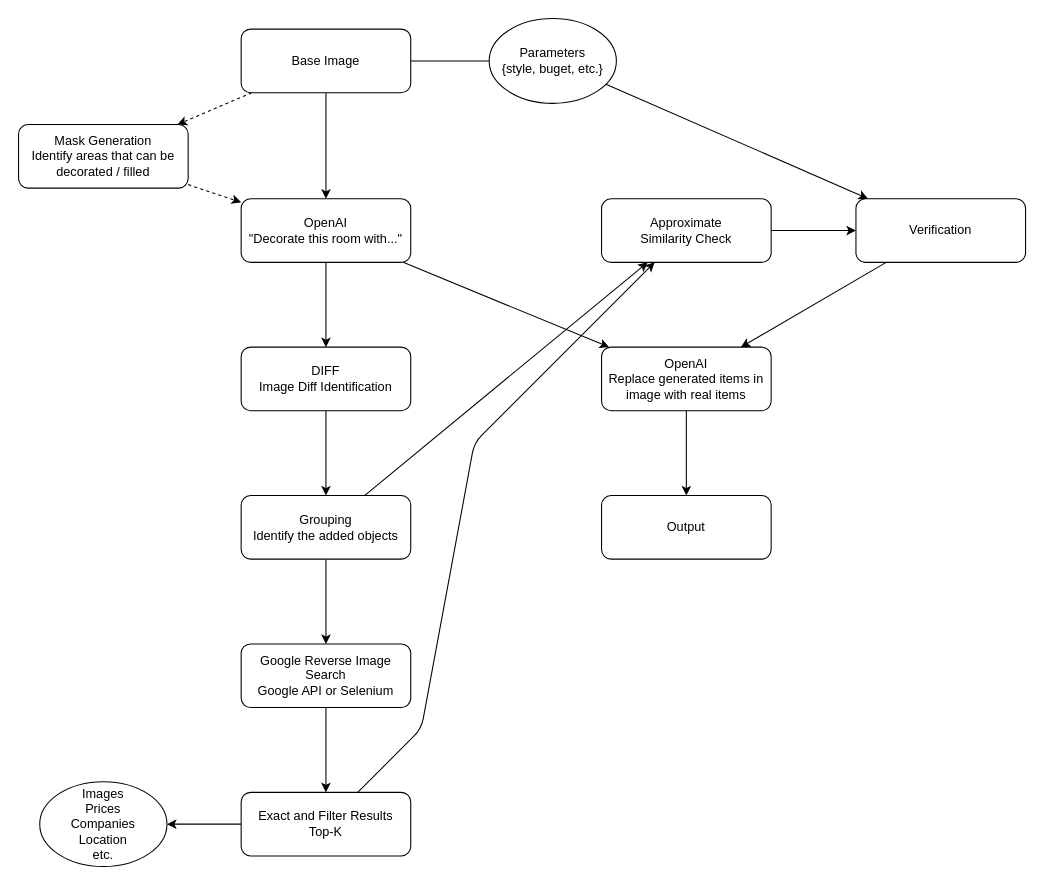
Above: diagrams/prototype1.drawio in iiisong/reModel (draw.io), before the change. Source tidied: cells renumbered, new cells numbered last; positions are measured from the earlier drawing's top-left corner, leaving out a move shared by most shapes. Both pictures are drawn from the tidied source at 106%, with x=0, y=0 at pixel (18, 18).
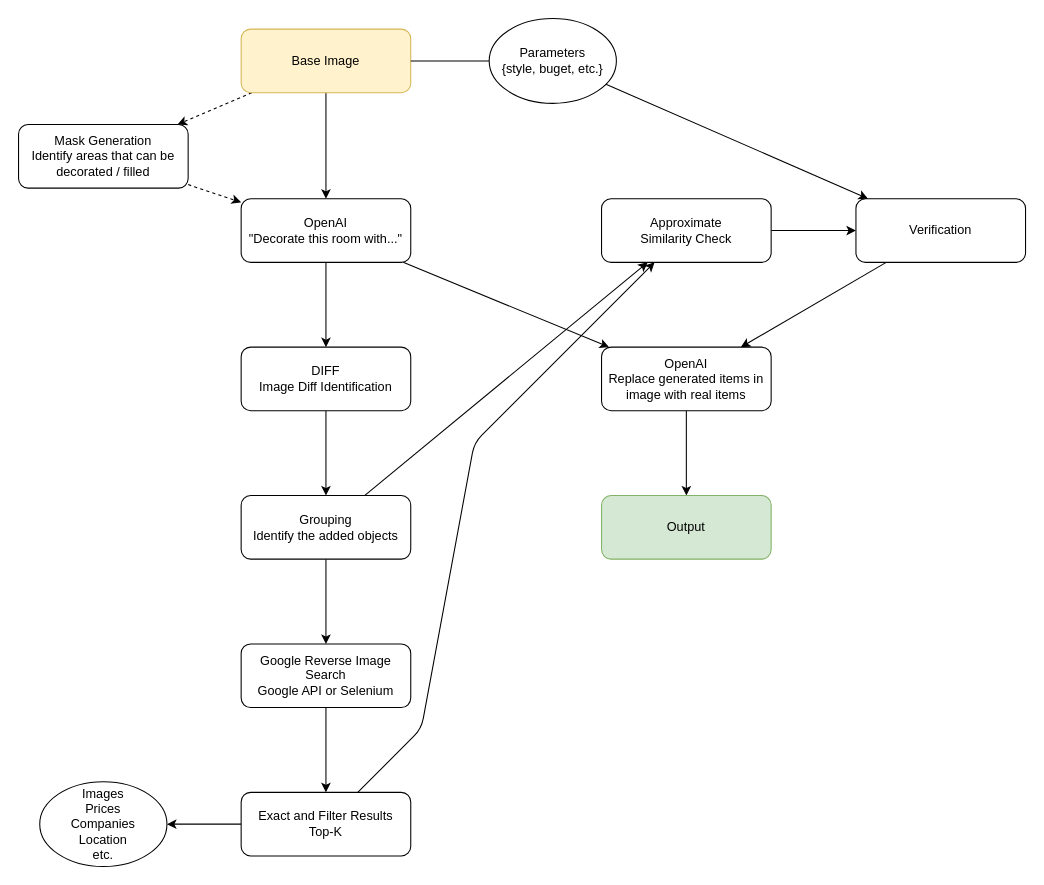
The same page after the edit.

Change to the diagram source:
```diff
@@
-    <mxCell id="4" value="Base Image" style="rounded=1;whiteSpace=wrap;html=1;" parent="1" vertex="1">
+    <mxCell id="4" value="Base Image" style="rounded=1;whiteSpace=wrap;html=1;fillColor=#fff2cc;strokeColor=#d6b656;" parent="1" vertex="1">
       <mxGeometry x="210" y="10" width="160" height="60" as="geometry" />
     </mxCell>
@@
-    <mxCell id="30" value="Output" style="rounded=1;whiteSpace=wrap;html=1;" parent="1" vertex="1">
+    <mxCell id="30" value="Output" style="rounded=1;whiteSpace=wrap;html=1;fillColor=#d5e8d4;strokeColor=#82b366;" parent="1" vertex="1">
       <mxGeometry x="550" y="450" width="160" height="60" as="geometry" />
     </mxCell>
```
